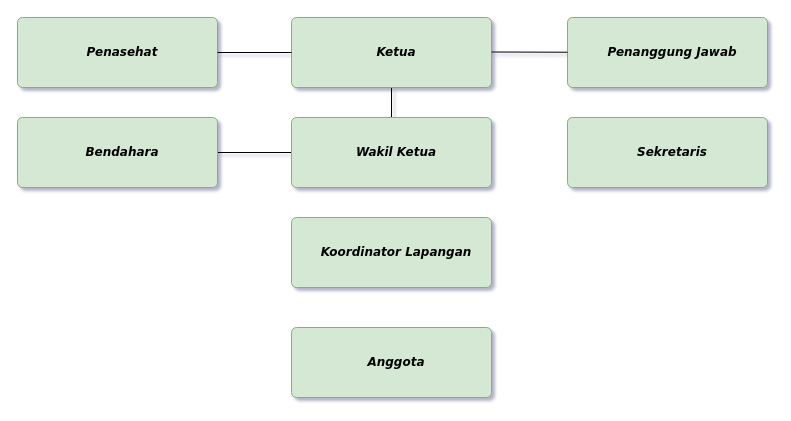
Earlier version of the draw.io diagram Untitled Diagram.drawio (ysrchrr/LKP). Source tidied: cells renumbered, new cells numbered last; positions are measured from the earlier drawing's top-left corner, leaving out a move shared by most shapes. Both pictures are drawn from the tidied source at 100%, with x=0, y=0 at pixel (17, 17).
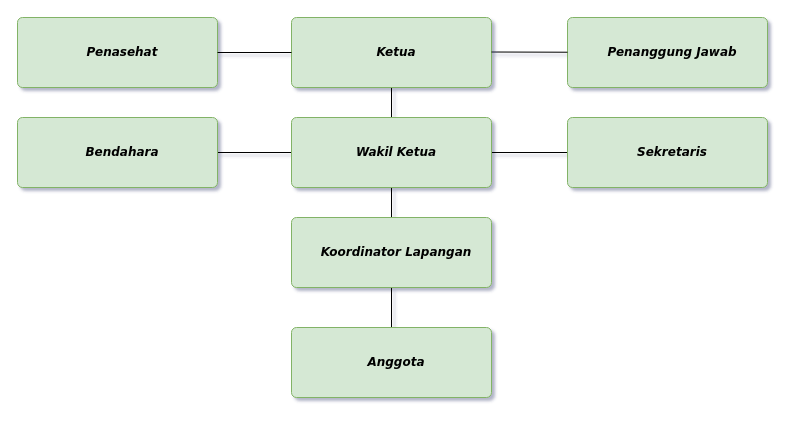
The same page after the edit.

What changed in the source:
```diff
@@
 <mxGraphModel shadow="1">
   <root>
     <mxCell id="0" />
     <mxCell id="1" parent="0" />
     <mxCell id="2" style="edgeStyle=orthogonalEdgeStyle;rounded=0;jettySize=auto;html=1;fontFamily=Verdana;" parent="1" edge="1" source="13">
       <mxGeometry relative="1" as="geometry">
         <mxPoint x="450" y="135" as="targetPoint" />
       </mxGeometry>
     </mxCell>
     <mxCell id="3" style="edgeStyle=orthogonalEdgeStyle;rounded=0;jettySize=auto;html=1;fontFamily=Verdana;" parent="1" edge="1" source="4">
       <mxGeometry relative="1" as="geometry">
         <mxPoint x="374" y="160" as="targetPoint" />
       </mxGeometry>
     </mxCell>
     <mxCell id="4" value="&lt;b&gt;&lt;i&gt;Ketua&lt;/i&gt;&lt;/b&gt;" style="html=1;shadow=0;dashed=0;shape=mxgraph.bootstrap.rrect;rSize=5;strokeColor=#82b366;strokeWidth=1;fillColor=#d5e8d4;whiteSpace=wrap;align=center;verticalAlign=middle;spacingLeft=10;fontFamily=Verdana;fontStyle=0;" parent="1" vertex="1">
       <mxGeometry x="274" width="200" height="70" as="geometry" />
     </mxCell>
     <mxCell id="5" value="&lt;b&gt;&lt;i&gt;Penanggung Jawab&lt;/i&gt;&lt;/b&gt;" style="html=1;shadow=0;dashed=0;shape=mxgraph.bootstrap.rrect;rSize=5;strokeColor=#82b366;strokeWidth=1;fillColor=#d5e8d4;whiteSpace=wrap;align=center;verticalAlign=middle;spacingLeft=10;fontFamily=Verdana;fontStyle=0;" parent="1" vertex="1">
       <mxGeometry x="550" width="200" height="70" as="geometry" />
     </mxCell>
     <mxCell id="6" value="&lt;b&gt;&lt;i&gt;Penasehat&lt;/i&gt;&lt;/b&gt;" style="html=1;shadow=0;dashed=0;shape=mxgraph.bootstrap.rrect;rSize=5;strokeColor=#82b366;strokeWidth=1;fillColor=#d5e8d4;whiteSpace=wrap;align=center;verticalAlign=middle;spacingLeft=10;fontFamily=Verdana;fontStyle=0;" parent="1" vertex="1">
       <mxGeometry width="200" height="70" as="geometry" />
     </mxCell>
     <mxCell id="7" style="endArrow=none;html=1;fontFamily=Verdana;exitX=1;exitY=0.5;exitDx=0;exitDy=0;exitPerimeter=0;" parent="1" edge="1" source="6" target="4">
       <mxGeometry relative="1" as="geometry" />
     </mxCell>
     <mxCell id="8" style="endArrow=none;html=1;fontFamily=Verdana;exitX=1;exitY=0.5;exitDx=0;exitDy=0;exitPerimeter=0;" parent="1" edge="1" target="5">
       <mxGeometry relative="1" as="geometry">
         <mxPoint x="474" y="34.5" as="sourcePoint" />
       </mxGeometry>
     </mxCell>
+    <mxCell id="14" style="edgeStyle=orthogonalEdgeStyle;rounded=0;jettySize=auto;html=1;fontFamily=Verdana;" parent="1" edge="1" source="9">
+      <mxGeometry relative="1" as="geometry">
+        <mxPoint x="700" y="140" as="targetPoint" />
+      </mxGeometry>
+    </mxCell>
+    <mxCell id="15" style="edgeStyle=orthogonalEdgeStyle;rounded=0;jettySize=auto;html=1;fontFamily=Verdana;" parent="1" edge="1" source="9">
+      <mxGeometry relative="1" as="geometry">
+        <mxPoint x="374" y="370" as="targetPoint" />
+      </mxGeometry>
+    </mxCell>
     <mxCell id="9" value="&lt;b&gt;&lt;i&gt;Wakil Ketua&lt;/i&gt;&lt;/b&gt;" style="html=1;shadow=0;dashed=0;shape=mxgraph.bootstrap.rrect;rSize=5;strokeColor=#82b366;strokeWidth=1;fillColor=#d5e8d4;whiteSpace=wrap;align=center;verticalAlign=middle;spacingLeft=10;fontFamily=Verdana;fontStyle=0;" parent="1" vertex="1">
       <mxGeometry x="274" y="100" width="200" height="70" as="geometry" />
     </mxCell>
     <mxCell id="10" value="&lt;b&gt;&lt;i&gt;Anggota&lt;/i&gt;&lt;/b&gt;" style="html=1;shadow=0;dashed=0;shape=mxgraph.bootstrap.rrect;rSize=5;strokeColor=#82b366;strokeWidth=1;fillColor=#d5e8d4;whiteSpace=wrap;align=center;verticalAlign=middle;spacingLeft=10;fontFamily=Verdana;fontStyle=0;" parent="1" vertex="1">
       <mxGeometry x="274" y="310" width="200" height="70" as="geometry" />
     </mxCell>
     <mxCell id="11" value="&lt;b&gt;&lt;i&gt;Koordinator Lapangan&lt;/i&gt;&lt;/b&gt;" style="html=1;shadow=0;dashed=0;shape=mxgraph.bootstrap.rrect;rSize=5;strokeColor=#82b366;strokeWidth=1;fillColor=#d5e8d4;whiteSpace=wrap;align=center;verticalAlign=middle;spacingLeft=10;fontFamily=Verdana;fontStyle=0;" parent="1" vertex="1">
       <mxGeometry x="274" y="200" width="200" height="70" as="geometry" />
     </mxCell>
     <mxCell id="12" value="&lt;b&gt;&lt;i&gt;Sekretaris&lt;/i&gt;&lt;/b&gt;" style="html=1;shadow=0;dashed=0;shape=mxgraph.bootstrap.rrect;rSize=5;strokeColor=#82b366;strokeWidth=1;fillColor=#d5e8d4;whiteSpace=wrap;align=center;verticalAlign=middle;spacingLeft=10;fontFamily=Verdana;fontStyle=0;" parent="1" vertex="1">
       <mxGeometry x="550" y="100" width="200" height="70" as="geometry" />
     </mxCell>
     <mxCell id="13" value="&lt;b&gt;&lt;i&gt;Bendahara&lt;/i&gt;&lt;/b&gt;" style="html=1;shadow=0;dashed=0;shape=mxgraph.bootstrap.rrect;rSize=5;strokeColor=#82b366;strokeWidth=1;fillColor=#d5e8d4;whiteSpace=wrap;align=center;verticalAlign=middle;spacingLeft=10;fontFamily=Verdana;fontStyle=0;" parent="1" vertex="1">
       <mxGeometry y="100" width="200" height="70" as="geometry" />
     </mxCell>
   </root>
 </mxGraphModel>
```
